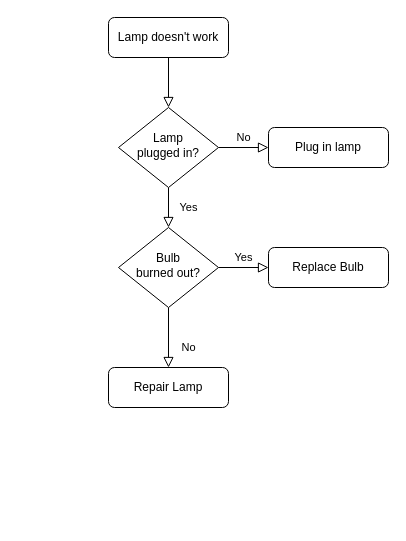
This is root/未命名绘图.drawio from cxq-haha/draw, a draw.io file, before an edit. Source tidied: cells renumbered, new cells numbered last; positions are measured from the earlier drawing's top-left corner, leaving out a move shared by most shapes. Both pictures are drawn from the tidied source at 100%, with x=0, y=0 at pixel (108, 17).
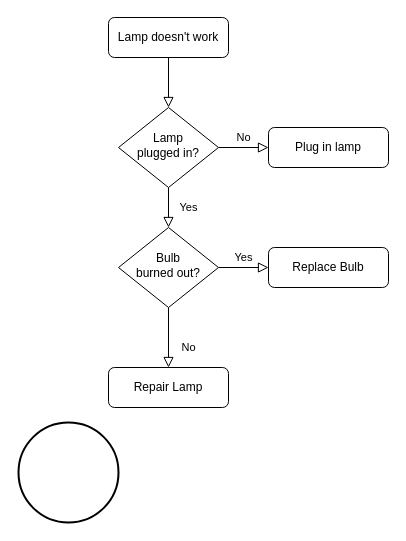
After the change.

Commit message:
更新未命名绘图.drawio

What changed in the source:
```diff
@@
 <mxGraphModel>
   <root>
     <mxCell id="0" />
     <mxCell id="1" parent="0" />
     <mxCell id="2" style="rounded=0;html=1;jettySize=auto;fontSize=11;endArrow=block;endFill=0;endSize=8;strokeWidth=1;shadow=0;labelBackgroundColor=none;edgeStyle=orthogonalEdgeStyle;" parent="1" edge="1" source="3" target="6">
       <mxGeometry relative="1" as="geometry" />
     </mxCell>
     <mxCell id="3" value="Lamp doesn't work" style="rounded=1;whiteSpace=wrap;html=1;fontSize=12;glass=0;strokeWidth=1;shadow=0;" parent="1" vertex="1">
       <mxGeometry width="120" height="40" as="geometry" />
     </mxCell>
     <mxCell id="4" value="Yes" style="rounded=0;html=1;jettySize=auto;fontSize=11;endArrow=block;endFill=0;endSize=8;strokeWidth=1;shadow=0;labelBackgroundColor=none;edgeStyle=orthogonalEdgeStyle;" parent="1" edge="1" source="6" target="10">
       <mxGeometry y="20" relative="1" as="geometry" />
     </mxCell>
     <mxCell id="5" value="No" style="edgeStyle=orthogonalEdgeStyle;rounded=0;html=1;jettySize=auto;fontSize=11;endArrow=block;endFill=0;endSize=8;strokeWidth=1;shadow=0;labelBackgroundColor=none;" parent="1" edge="1" source="6" target="7">
       <mxGeometry y="10" relative="1" as="geometry" />
     </mxCell>
     <mxCell id="6" value="Lamp&lt;br&gt;plugged in?" style="rhombus;whiteSpace=wrap;html=1;shadow=0;fontFamily=Helvetica;fontSize=12;align=center;strokeWidth=1;spacing=6;spacingTop=-4;" parent="1" vertex="1">
       <mxGeometry x="10" y="90" width="100" height="80" as="geometry" />
     </mxCell>
     <mxCell id="7" value="Plug in lamp" style="rounded=1;whiteSpace=wrap;html=1;fontSize=12;glass=0;strokeWidth=1;shadow=0;" parent="1" vertex="1">
       <mxGeometry x="160" y="110" width="120" height="40" as="geometry" />
     </mxCell>
     <mxCell id="8" value="No" style="rounded=0;html=1;jettySize=auto;fontSize=11;endArrow=block;endFill=0;endSize=8;strokeWidth=1;shadow=0;labelBackgroundColor=none;edgeStyle=orthogonalEdgeStyle;" parent="1" edge="1" source="10" target="11">
       <mxGeometry x="0.33" y="20" relative="1" as="geometry" />
     </mxCell>
     <mxCell id="9" value="Yes" style="edgeStyle=orthogonalEdgeStyle;rounded=0;html=1;jettySize=auto;fontSize=11;endArrow=block;endFill=0;endSize=8;strokeWidth=1;shadow=0;labelBackgroundColor=none;" parent="1" edge="1" source="10" target="12">
       <mxGeometry y="10" relative="1" as="geometry" />
     </mxCell>
     <mxCell id="10" value="Bulb&lt;br&gt;burned out?" style="rhombus;whiteSpace=wrap;html=1;shadow=0;fontFamily=Helvetica;fontSize=12;align=center;strokeWidth=1;spacing=6;spacingTop=-4;" parent="1" vertex="1">
       <mxGeometry x="10" y="210" width="100" height="80" as="geometry" />
     </mxCell>
     <mxCell id="11" value="Repair Lamp" style="rounded=1;whiteSpace=wrap;html=1;fontSize=12;glass=0;strokeWidth=1;shadow=0;" parent="1" vertex="1">
       <mxGeometry y="350" width="120" height="40" as="geometry" />
     </mxCell>
     <mxCell id="12" value="Replace Bulb" style="rounded=1;whiteSpace=wrap;html=1;fontSize=12;glass=0;strokeWidth=1;shadow=0;" parent="1" vertex="1">
       <mxGeometry x="160" y="230" width="120" height="40" as="geometry" />
     </mxCell>
+    <mxCell id="13" style="strokeWidth=2;html=1;shape=mxgraph.flowchart.start_2;whiteSpace=wrap;" parent="1" vertex="1">
+      <mxGeometry x="-90" y="405" width="100" height="100" as="geometry" />
+    </mxCell>
   </root>
 </mxGraphModel>
```
